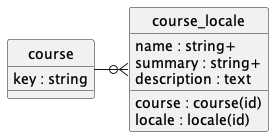
The PlantUML diagram doc/concepts/course/uml.png in contactopensource/contactopensource, before a commit. Its diagram source:
```plantuml
@startuml uml
skinparam monochrome true
skinparam linetype ortho
hide circle

entity course {
    key : string
}

entity course_locale {
    course : course(id)
    locale : locale(id)
    name : string+
    summary : string+
    description : text
}

course -r-o{ course_locale

@enduml
```
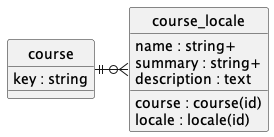
Above is the later version.

What changed in the source:
```diff
@@ -15,6 +15,6 @@
     description : text
 }
 
-course -r-o{ course_locale
+course ||-r-o{ course_locale
 
 @enduml
```
